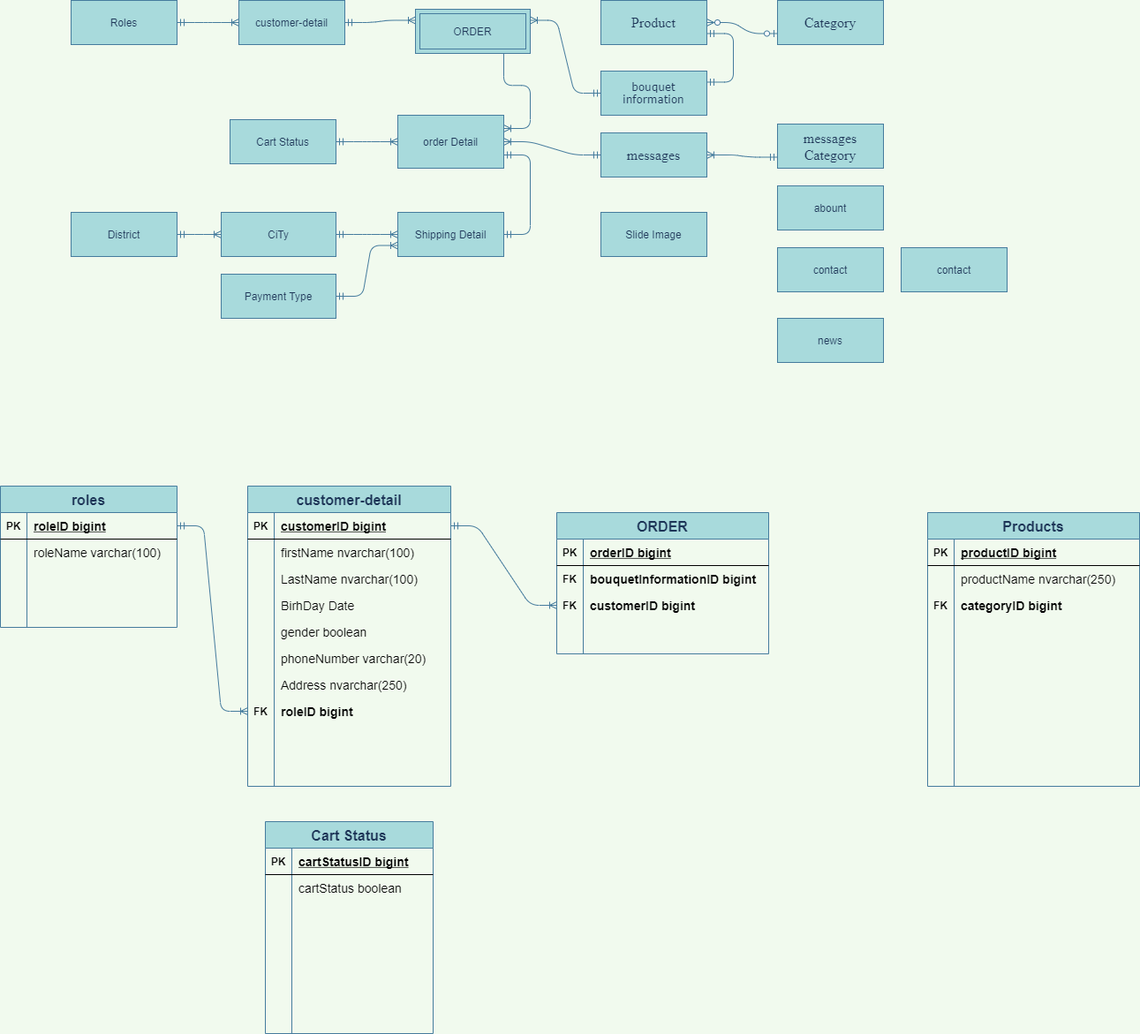
Above: Untitled Diagram.png in maialino123/Eproject-SEM3 (draw.io), before the change. Source tidied: cells renumbered, new cells last; positions are measured from the earlier drawing's top-left corner, leaving out a move shared by most shapes.
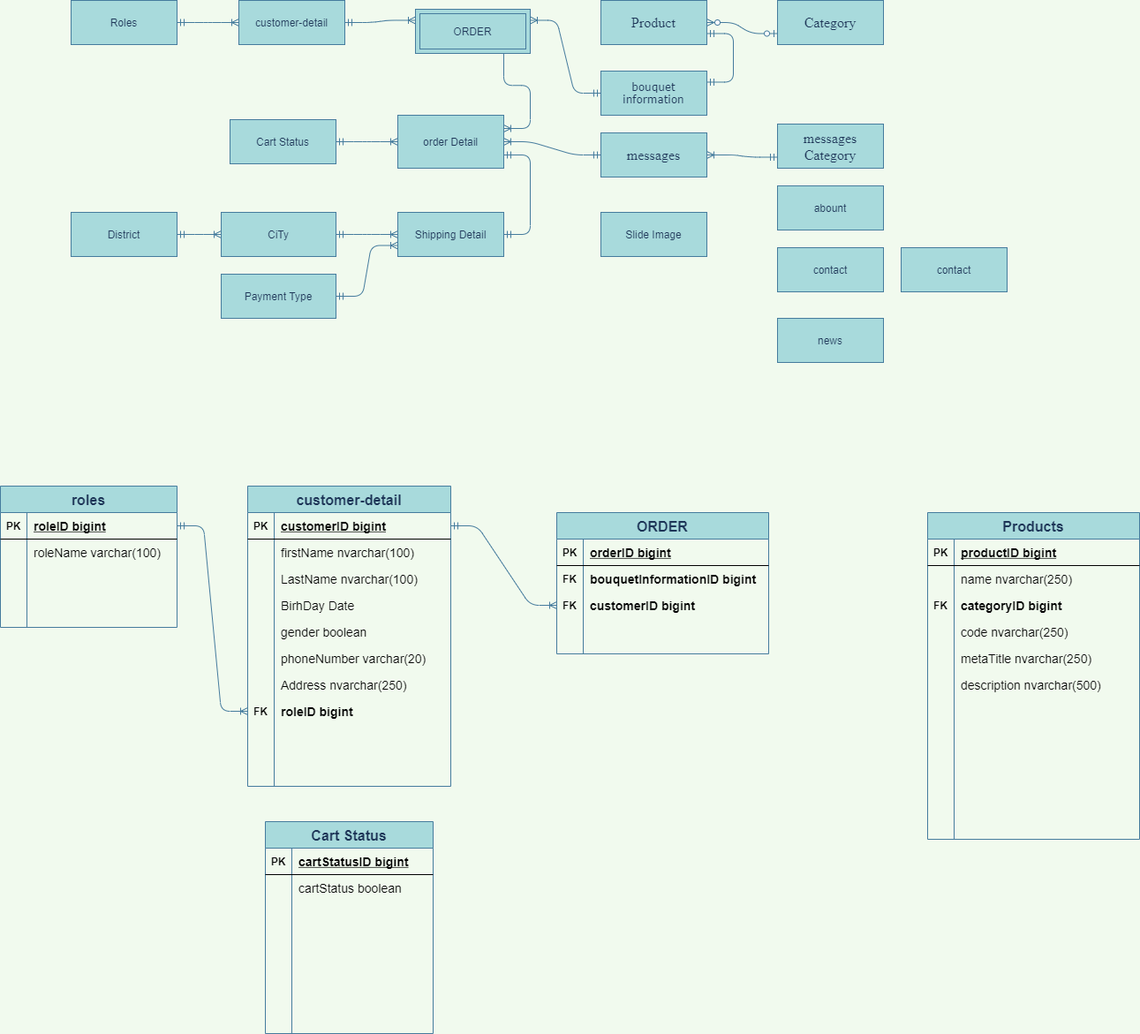
The same file after the commit.

What changed in the source:
```diff
@@ -324,7 +324,7 @@
       <mxGeometry relative="1" as="geometry" />
     </mxCell>
     <mxCell id="109" value="Products" style="shape=table;startSize=30;rowLines=0;fontStyle=1;align=center;rounded=0;sketch=0;fontSize=16;fontColor=#1D3557;strokeColor=#457B9D;fillColor=#A8DADC;" parent="1" vertex="1">
-      <mxGeometry x="1050" y="580" width="240" height="310" as="geometry" />
+      <mxGeometry x="1050" y="580" width="240" height="370" as="geometry" />
     </mxCell>
     <mxCell id="110" style="shape=partialRectangle;fillColor=none;top=0;left=0;bottom=1;right=0;" parent="109" vertex="1">
       <mxGeometry y="30" width="240" height="30" as="geometry" />
@@ -341,7 +341,7 @@
     <mxCell id="114" style="shape=partialRectangle;fillColor=none;top=0;left=0;bottom=0;right=0;overflow=hidden;fontStyle=1;" parent="113" vertex="1">
       <mxGeometry width="30" height="30" as="geometry" />
     </mxCell>
-    <mxCell id="115" value="productName nvarchar(250)" style="shape=partialRectangle;fillColor=none;top=0;left=0;bottom=0;right=0;align=left;spacingLeft=6;overflow=hidden;fontSize=14;fontStyle=0;" parent="113" vertex="1">
+    <mxCell id="115" value="name nvarchar(250)" style="shape=partialRectangle;fillColor=none;top=0;left=0;bottom=0;right=0;align=left;spacingLeft=6;overflow=hidden;fontSize=14;fontStyle=0;" parent="113" vertex="1">
       <mxGeometry x="30" width="210" height="30" as="geometry" />
     </mxCell>
     <mxCell id="116" style="shape=partialRectangle;fillColor=none;top=0;left=0;bottom=0;right=0;" parent="109" vertex="1">
@@ -359,8 +359,26 @@
     <mxCell id="120" style="shape=partialRectangle;fillColor=none;top=0;left=0;bottom=0;right=0;overflow=hidden;" parent="119" vertex="1">
       <mxGeometry width="30" height="30" as="geometry" />
     </mxCell>
-    <mxCell id="121" style="shape=partialRectangle;fillColor=none;top=0;left=0;bottom=0;right=0;align=left;spacingLeft=6;overflow=hidden;" parent="119" vertex="1">
+    <mxCell id="121" value="code nvarchar(250)" style="shape=partialRectangle;fillColor=none;top=0;left=0;bottom=0;right=0;align=left;spacingLeft=6;overflow=hidden;fontSize=14;" parent="119" vertex="1">
       <mxGeometry x="30" width="210" height="30" as="geometry" />
     </mxCell>
+    <mxCell id="122" style="shape=partialRectangle;fillColor=none;top=0;left=0;bottom=0;right=0;" parent="109" vertex="1">
+      <mxGeometry y="150" width="240" height="30" as="geometry" />
+    </mxCell>
+    <mxCell id="123" style="shape=partialRectangle;fillColor=none;top=0;left=0;bottom=0;right=0;overflow=hidden;" parent="122" vertex="1">
+      <mxGeometry width="30" height="30" as="geometry" />
+    </mxCell>
+    <mxCell id="124" value="metaTitle nvarchar(250)" style="shape=partialRectangle;fillColor=none;top=0;left=0;bottom=0;right=0;align=left;spacingLeft=6;overflow=hidden;fontSize=14;" parent="122" vertex="1">
+      <mxGeometry x="30" width="210" height="30" as="geometry" />
+    </mxCell>
+    <mxCell id="125" style="shape=partialRectangle;fillColor=none;top=0;left=0;bottom=0;right=0;" parent="109" vertex="1">
+      <mxGeometry y="180" width="240" height="30" as="geometry" />
+    </mxCell>
+    <mxCell id="126" style="shape=partialRectangle;fillColor=none;top=0;left=0;bottom=0;right=0;overflow=hidden;" parent="125" vertex="1">
+      <mxGeometry width="30" height="30" as="geometry" />
+    </mxCell>
+    <mxCell id="127" value="description nvarchar(500)" style="shape=partialRectangle;fillColor=none;top=0;left=0;bottom=0;right=0;align=left;spacingLeft=6;overflow=hidden;fontSize=14;" parent="125" vertex="1">
+      <mxGeometry x="30" width="210" height="30" as="geometry" />
+    </mxCell>
   </root>
 </mxGraphModel>
```
